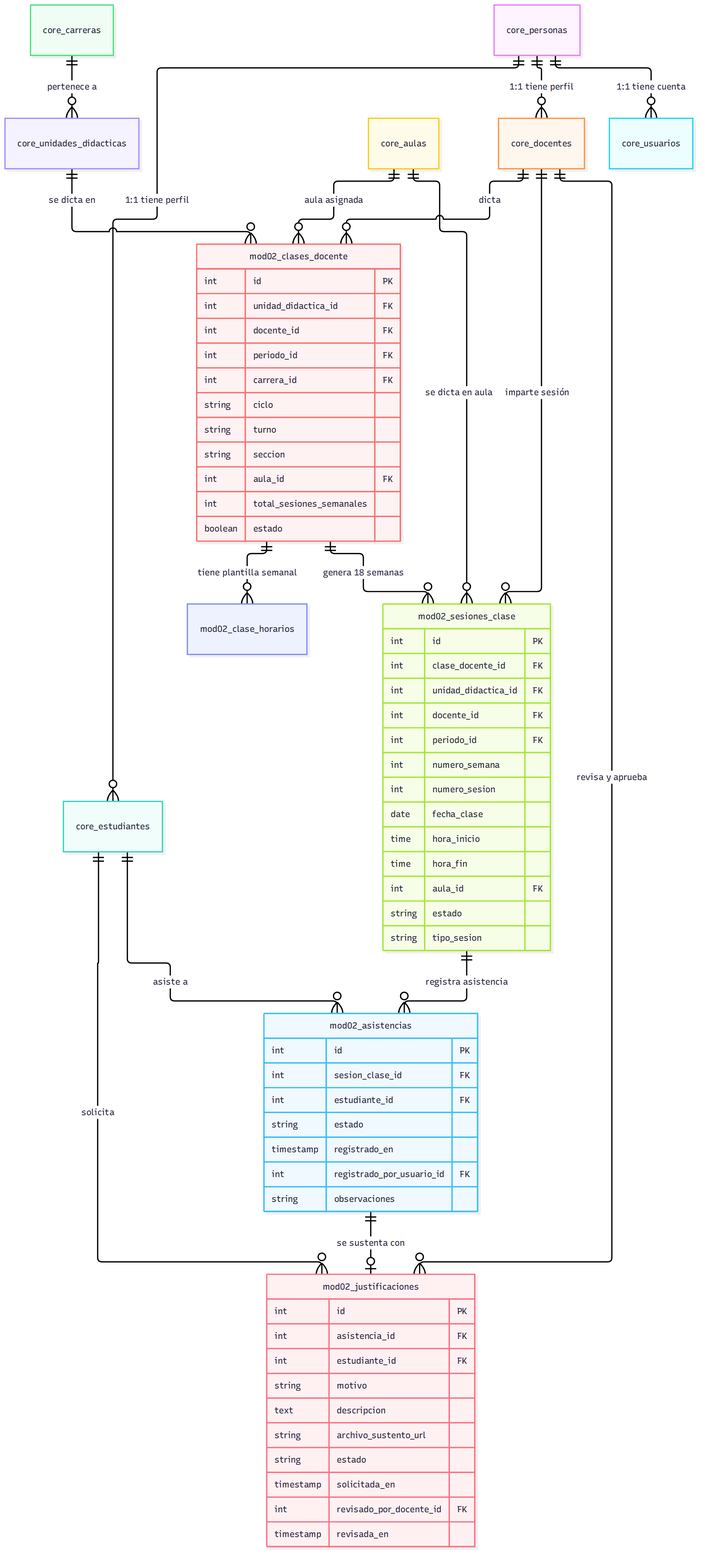
Earlier version of the Mermaid export src/02_Modulos/Intranet.Modulo02/Docs/img/08_diagrama_arquitectura_erd_mod02.png (felipeostosb/intranet-institucional-modular). Its source is kept beside it as src/02_Modulos/Intranet.Modulo02/Docs/img/08_diagrama_arquitectura_erd_mod02.mmd. The source it was exported from:
```mermaid
erDiagram
    core_personas ||--o{ core_estudiantes : "1:1 tiene perfil"
    core_personas ||--o{ core_docentes : "1:1 tiene perfil"
    core_personas ||--o{ core_usuarios : "1:1 tiene cuenta"

    core_carreras ||--o{ core_unidades_didacticas : "pertenece a"
    core_unidades_didacticas ||--o{ mod02_clases_docente : "se dicta en"
    core_docentes ||--o{ mod02_clases_docente : "dicta"
    core_aulas ||--o{ mod02_clases_docente : "aula asignada"

    mod02_clases_docente ||--o{ mod02_clase_horarios : "tiene plantilla semanal"
    mod02_clases_docente ||--o{ mod02_sesiones_clase : "genera 18 semanas"
    core_docentes ||--o{ mod02_sesiones_clase : "imparte sesión"
    core_aulas ||--o{ mod02_sesiones_clase : "se dicta en aula"

    mod02_sesiones_clase ||--o{ mod02_asistencias : "registra asistencia"
    core_estudiantes ||--o{ mod02_asistencias : "asiste a"

    mod02_asistencias ||--o| mod02_justificaciones : "se sustenta con"
    core_estudiantes ||--o{ mod02_justificaciones : "solicita"
    core_docentes ||--o{ mod02_justificaciones : "revisa y aprueba"

    mod02_clases_docente {
        int id PK
        int unidad_didactica_id FK
        int docente_id FK
        int periodo_id FK
        int carrera_id FK
        string ciclo
        string turno
        string seccion
        int aula_id FK
        int total_sesiones_semanales
        boolean estado
    }

    mod02_sesiones_clase {
        int id PK
        int clase_docente_id FK
        int unidad_didactica_id FK
        int docente_id FK
        int periodo_id FK
        int numero_semana
        int numero_sesion
        date fecha_clase
        time hora_inicio
        time hora_fin
        int aula_id FK
        string estado
        string tipo_sesion
    }

    mod02_asistencias {
        int id PK
        int sesion_clase_id FK
        int estudiante_id FK
        string estado
        timestamp registrado_en
        int registrado_por_usuario_id FK
        string observaciones
    }

    mod02_justificaciones {
        int id PK
        int asistencia_id FK
        int estudiante_id FK
        string motivo
        text descripcion
        string archivo_sustento_url
        string estado
        timestamp solicitada_en
        int revisado_por_docente_id FK
        timestamp revisada_en
    }
```
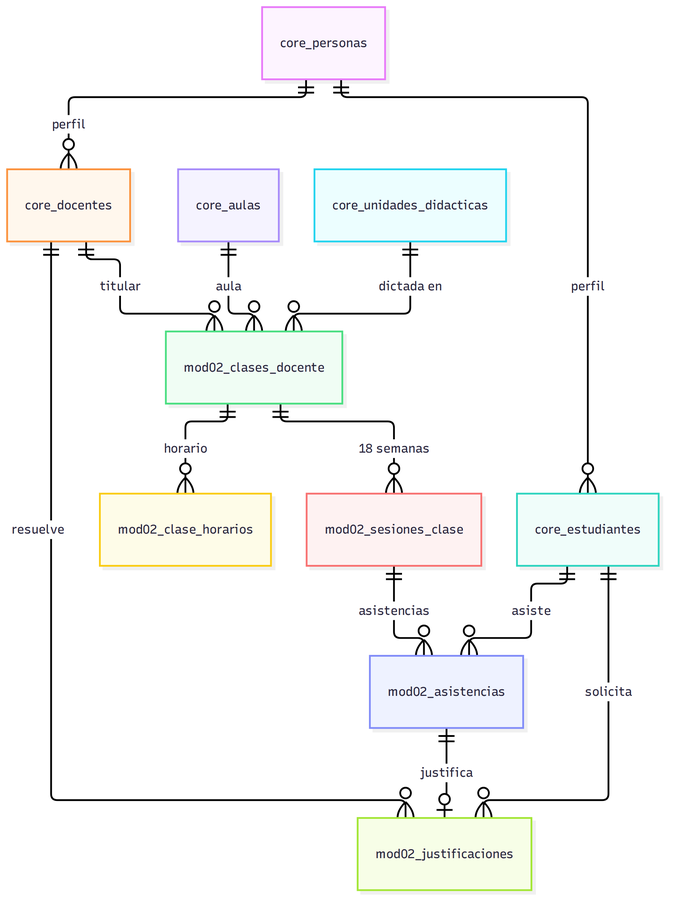
Above is the later version.

The edit, as a diff of the source:
```diff
@@ -1,74 +1,13 @@
 erDiagram
-    core_personas ||--o{ core_estudiantes : "1:1 tiene perfil"
-    core_personas ||--o{ core_docentes : "1:1 tiene perfil"
-    core_personas ||--o{ core_usuarios : "1:1 tiene cuenta"
-
-    core_carreras ||--o{ core_unidades_didacticas : "pertenece a"
-    core_unidades_didacticas ||--o{ mod02_clases_docente : "se dicta en"
-    core_docentes ||--o{ mod02_clases_docente : "dicta"
-    core_aulas ||--o{ mod02_clases_docente : "aula asignada"
-
-    mod02_clases_docente ||--o{ mod02_clase_horarios : "tiene plantilla semanal"
-    mod02_clases_docente ||--o{ mod02_sesiones_clase : "genera 18 semanas"
-    core_docentes ||--o{ mod02_sesiones_clase : "imparte sesión"
-    core_aulas ||--o{ mod02_sesiones_clase : "se dicta en aula"
-
-    mod02_sesiones_clase ||--o{ mod02_asistencias : "registra asistencia"
-    core_estudiantes ||--o{ mod02_asistencias : "asiste a"
-
-    mod02_asistencias ||--o| mod02_justificaciones : "se sustenta con"
+    core_personas ||--o{ core_estudiantes : "perfil"
+    core_personas ||--o{ core_docentes : "perfil"
+    core_unidades_didacticas ||--o{ mod02_clases_docente : "dictada en"
+    core_docentes ||--o{ mod02_clases_docente : "titular"
+    core_aulas ||--o{ mod02_clases_docente : "aula"
+    mod02_clases_docente ||--o{ mod02_sesiones_clase : "18 semanas"
+    mod02_clases_docente ||--o{ mod02_clase_horarios : "horario"
+    mod02_sesiones_clase ||--o{ mod02_asistencias : "asistencias"
+    core_estudiantes ||--o{ mod02_asistencias : "asiste"
+    mod02_asistencias ||--o| mod02_justificaciones : "justifica"
     core_estudiantes ||--o{ mod02_justificaciones : "solicita"
-    core_docentes ||--o{ mod02_justificaciones : "revisa y aprueba"
-
-    mod02_clases_docente {
-        int id PK
-        int unidad_didactica_id FK
-        int docente_id FK
-        int periodo_id FK
-        int carrera_id FK
-        string ciclo
-        string turno
-        string seccion
-        int aula_id FK
-        int total_sesiones_semanales
-        boolean estado
-    }
-
-    mod02_sesiones_clase {
-        int id PK
-        int clase_docente_id FK
-        int unidad_didactica_id FK
-        int docente_id FK
-        int periodo_id FK
-        int numero_semana
-        int numero_sesion
-        date fecha_clase
-        time hora_inicio
-        time hora_fin
-        int aula_id FK
-        string estado
-        string tipo_sesion
-    }
-
-    mod02_asistencias {
-        int id PK
-        int sesion_clase_id FK
-        int estudiante_id FK
-        string estado
-        timestamp registrado_en
-        int registrado_por_usuario_id FK
-        string observaciones
-    }
-
-    mod02_justificaciones {
-        int id PK
-        int asistencia_id FK
-        int estudiante_id FK
-        string motivo
-        text descripcion
-        string archivo_sustento_url
-        string estado
-        timestamp solicitada_en
-        int revisado_por_docente_id FK
-        timestamp revisada_en
-    }
+    core_docentes ||--o{ mod02_justificaciones : "resuelve"
```
